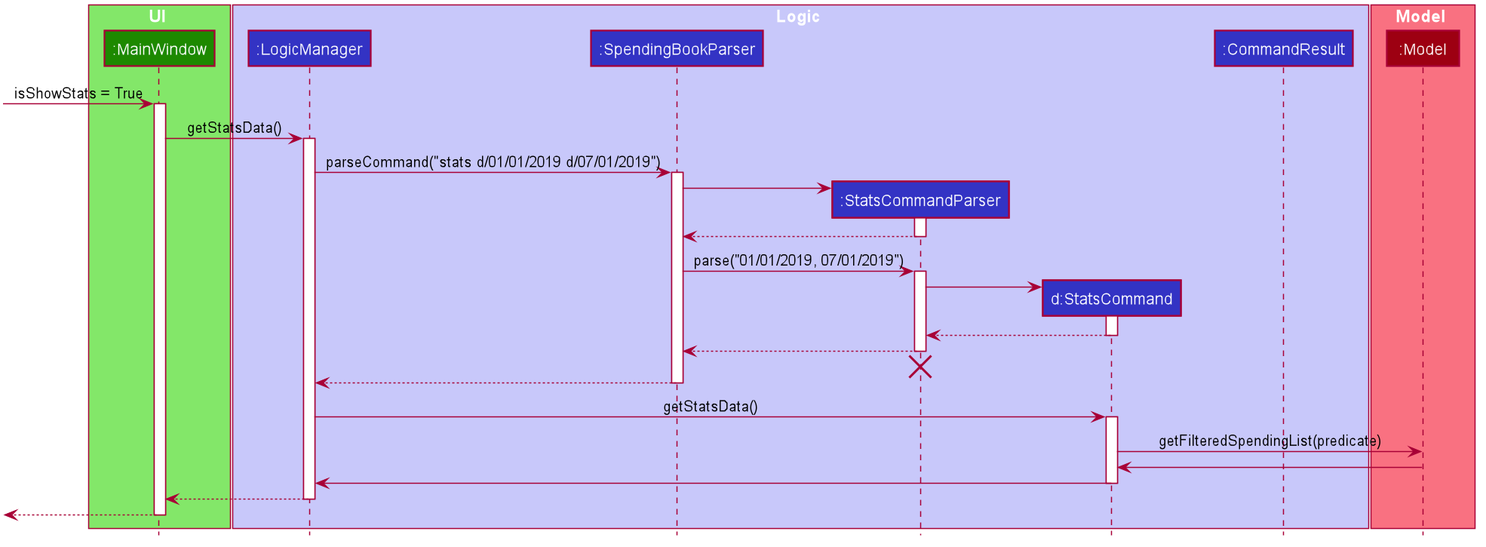
Before: images/StatsDataSequenceDiagram.png, a diagram exported from PlantUML (AY1920S1-CS2103T-F13-3/main). Its diagram source:
```plantuml
@startuml








skinparam BackgroundColor #FFFFFFF

skinparam Shadowing false

skinparam Class {
    FontColor #FFFFFF
    BorderThickness 1
    BorderColor #FFFFFF
    StereotypeFontColor #FFFFFF
    FontName Arial
}

skinparam Actor {
    BorderColor #000000
    Color #000000
    FontName Arial
}

skinparam Sequence {
    MessageAlign center
    BoxFontSize 15
    BoxPadding 0
    BoxFontColor #FFFFFF
    FontName Arial
}

skinparam Participant {
    FontColor #FFFFFFF
    Padding 20
}

skinparam MinClassWidth 50
skinparam ParticipantPadding 10
skinparam Shadowing false
skinparam DefaultTextAlignment center
skinparam packageStyle Rectangle

hide footbox
hide members
hide circle

box UI #83E769
participant ":MainWindow" as MainWindow #1D8900
end box

box Logic #C8C8FA
participant ":LogicManager" as LogicManager #3333C4
participant ":SpendingBookParser" as SpendingBookParser #3333C4
participant ":StatsCommandParser" as StatsCommandParser #3333C4
participant "d:StatsCommand" as StatsCommand #3333C4
participant ":CommandResult" as CommandResult #3333C4
end box

box Model #F97181
participant ":Model" as Model #9D0012
end box

[-> MainWindow : isShowStats = True
activate MainWindow

MainWindow -> LogicManager : getStatsData()
activate LogicManager

LogicManager -> SpendingBookParser : parseCommand("stats d/01/01/2019 d/07/01/2019")
activate SpendingBookParser

create StatsCommandParser
SpendingBookParser -> StatsCommandParser
activate StatsCommandParser

StatsCommandParser --> SpendingBookParser
deactivate StatsCommandParser

SpendingBookParser -> StatsCommandParser : parse("01/01/2019, 07/01/2019")
activate StatsCommandParser

create StatsCommand
StatsCommandParser -> StatsCommand
activate StatsCommand

StatsCommand --> StatsCommandParser
deactivate StatsCommand

StatsCommandParser --> SpendingBookParser
deactivate StatsCommandParser
StatsCommandParser -[hidden]-> SpendingBookParser
destroy StatsCommandParser

SpendingBookParser --> LogicManager
deactivate SpendingBookParser

LogicManager -> StatsCommand : getStatsData()
activate StatsCommand

StatsCommand -> Model : getFilteredSpendingList(predicate)

Model -> StatsCommand
deactivate Model

StatsCommand -> LogicManager
deactivate StatsCommand

LogicManager --> MainWindow
deactivate LogicManager

[<--MainWindow
deactivate MainWindow

@enduml
```
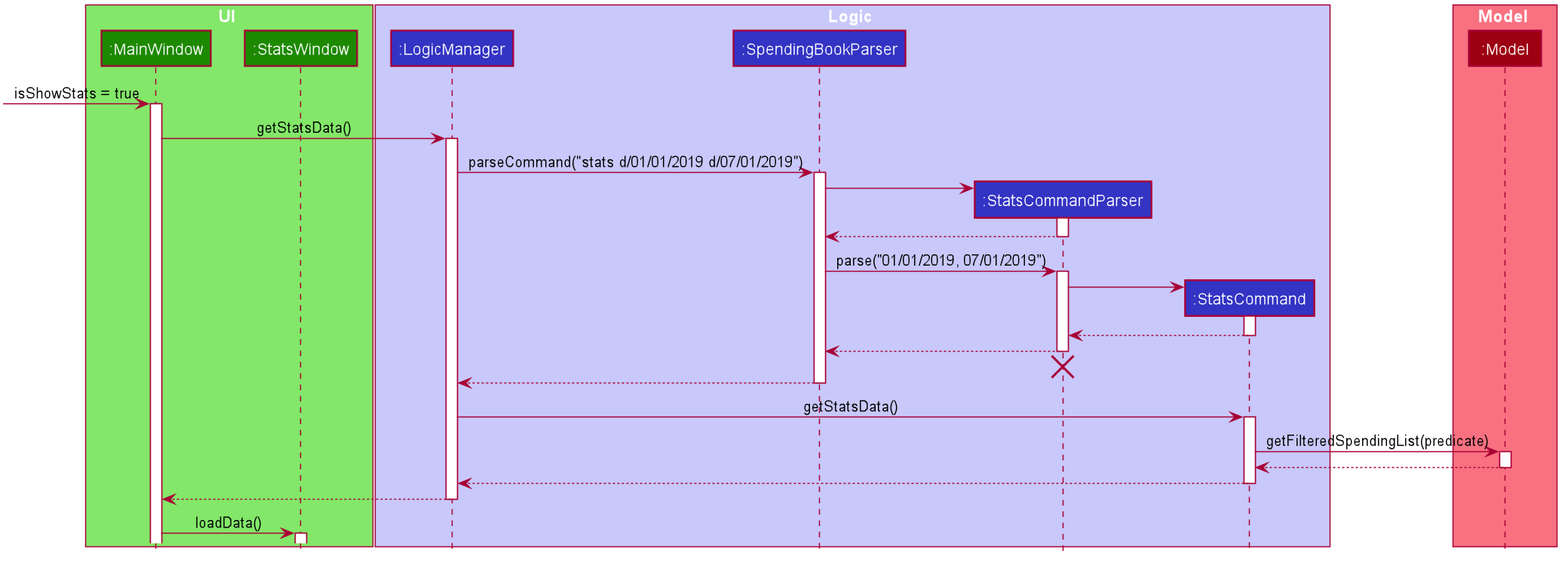
After the change.

What changed in the source:
```diff
@@ -50,21 +50,21 @@
 
 box UI #83E769
 participant ":MainWindow" as MainWindow #1D8900
+participant ":StatsWindow" as StatsWindow #1D8900
 end box
 
 box Logic #C8C8FA
 participant ":LogicManager" as LogicManager #3333C4
 participant ":SpendingBookParser" as SpendingBookParser #3333C4
 participant ":StatsCommandParser" as StatsCommandParser #3333C4
-participant "d:StatsCommand" as StatsCommand #3333C4
-participant ":CommandResult" as CommandResult #3333C4
+participant ":StatsCommand" as StatsCommand #3333C4
 end box
 
 box Model #F97181
 participant ":Model" as Model #9D0012
 end box
 
-[-> MainWindow : isShowStats = True
+[-> MainWindow : isShowStats = true
 activate MainWindow
 
 MainWindow -> LogicManager : getStatsData()
@@ -102,17 +102,19 @@
 activate StatsCommand
 
 StatsCommand -> Model : getFilteredSpendingList(predicate)
+activate Model
 
-Model -> StatsCommand
+Model --> StatsCommand
 deactivate Model
 
-StatsCommand -> LogicManager
+StatsCommand --> LogicManager
 deactivate StatsCommand
 
 LogicManager --> MainWindow
 deactivate LogicManager
 
-[<--MainWindow
-deactivate MainWindow
+MainWindow -> StatsWindow: loadData()
+activate StatsWindow
+
 
 @enduml
```
